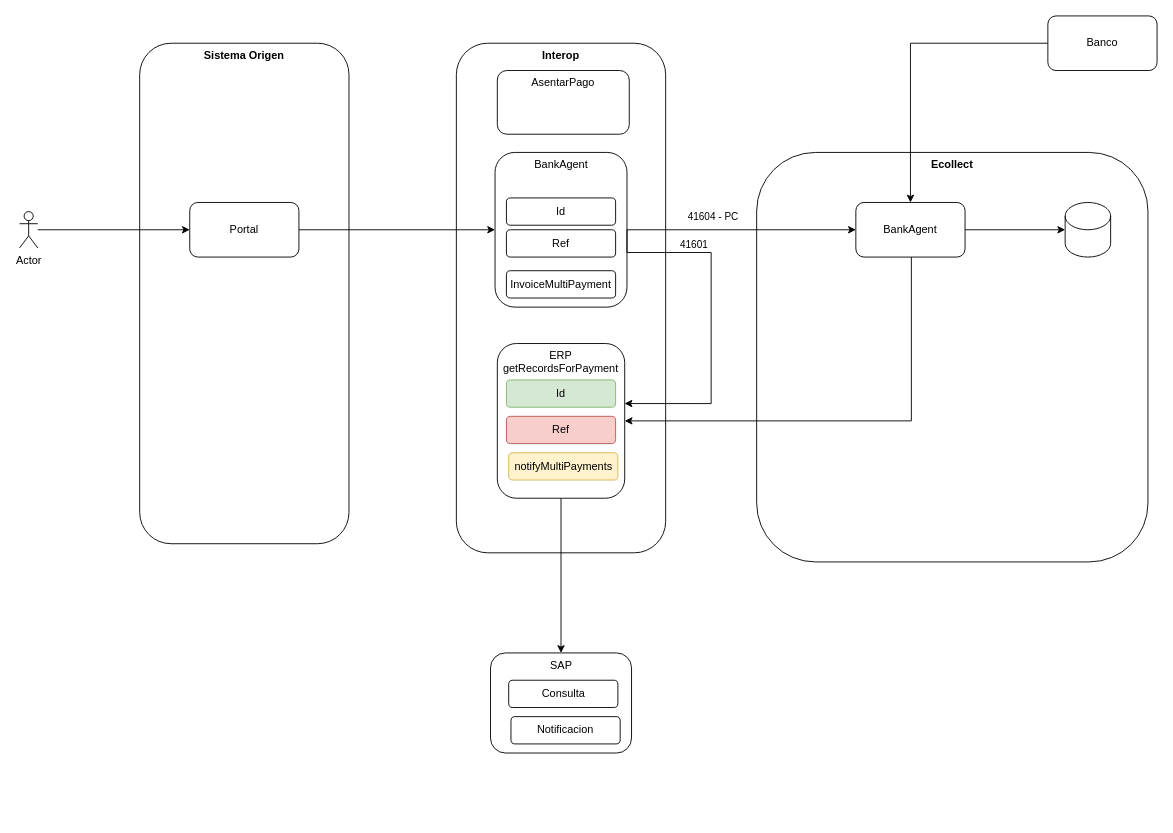
Above: BankAgent.drawio in carlosvalderrama1204/diagrams (draw.io), before the change. Source tidied: cells renumbered, new cells numbered last; positions are measured from the earlier drawing's top-left corner, leaving out a move shared by most shapes. Both pictures are drawn from the tidied source at 91%, with x=0, y=0 at pixel (19, 15).
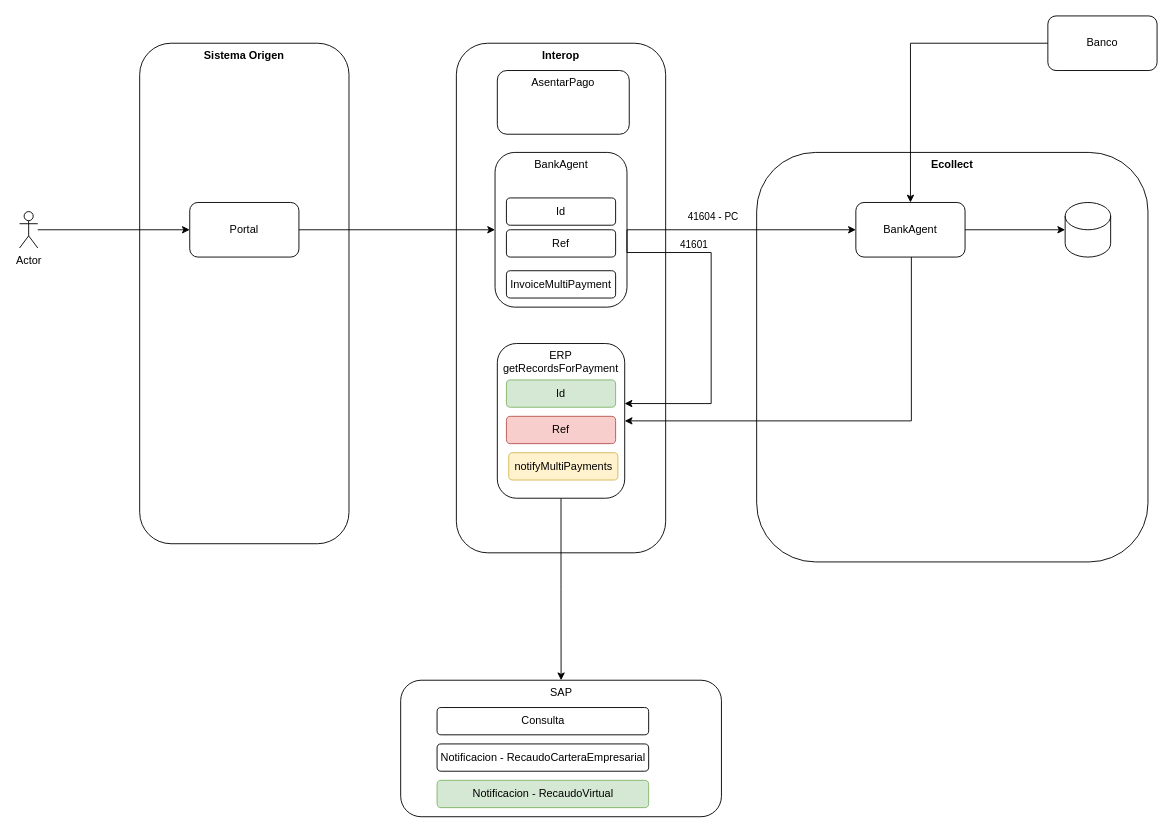
Above is the later version.

Change to the diagram source:
```diff
@@
     <mxCell id="17" value="SAP" style="whiteSpace=wrap;html=1;rounded=1;verticalAlign=top;" parent="1" vertex="1">
-      <mxGeometry x="517.5" y="700" width="155" height="110" as="geometry" />
+      <mxGeometry x="418.8" y="730" width="352.5" height="150" as="geometry" />
     </mxCell>
@@
     <mxCell id="24" value="Consulta" style="rounded=1;whiteSpace=wrap;html=1;" parent="1" vertex="1">
-      <mxGeometry x="537.5" y="730" width="120" height="30" as="geometry" />
+      <mxGeometry x="458.8" y="760" width="232.5" height="30" as="geometry" />
     </mxCell>
-    <mxCell id="25" value="Notificacion" style="rounded=1;whiteSpace=wrap;html=1;" parent="1" vertex="1">
-      <mxGeometry x="540" y="770" width="120" height="30" as="geometry" />
+    <mxCell id="25" value="Notificacion -&amp;nbsp;RecaudoCarteraEmpresarial" style="rounded=1;whiteSpace=wrap;html=1;" parent="1" vertex="1">
+      <mxGeometry x="458.8" y="800" width="232.5" height="30" as="geometry" />
     </mxCell>
@@
+    <mxCell id="32" value="Notificacion -&amp;nbsp;RecaudoVirtual" style="rounded=1;whiteSpace=wrap;html=1;fillColor=#d5e8d4;strokeColor=#82b366;" parent="1" vertex="1">
+      <mxGeometry x="458.8" y="840" width="232.5" height="30" as="geometry" />
+    </mxCell>
```
